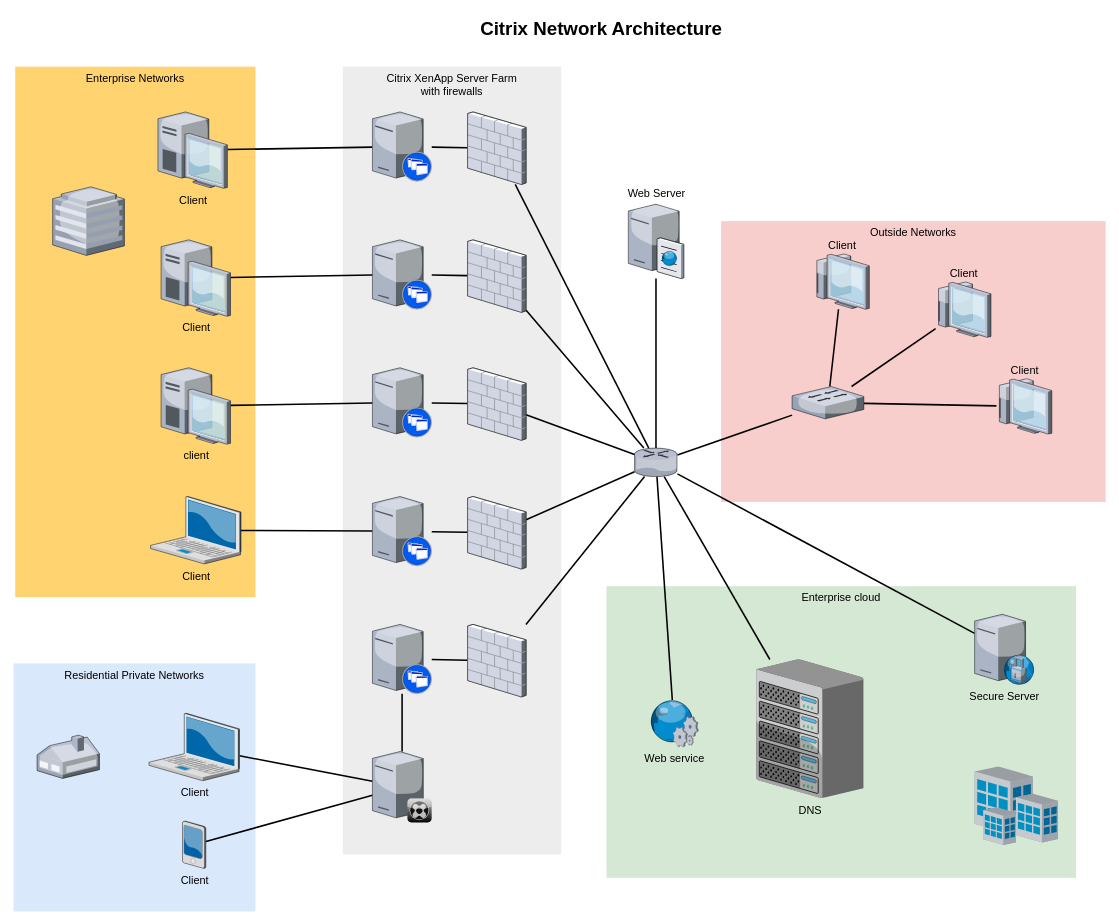
Above: Untitled Diagram.drawio in AnisseH/homelab-network-diagram (draw.io), before the change. Source tidied: cells renumbered, new cells numbered last; positions are measured from the earlier drawing's top-left corner, leaving out a move shared by most shapes. Both pictures are drawn from the tidied source at 78%, with x=0, y=0 at pixel (13, 13).
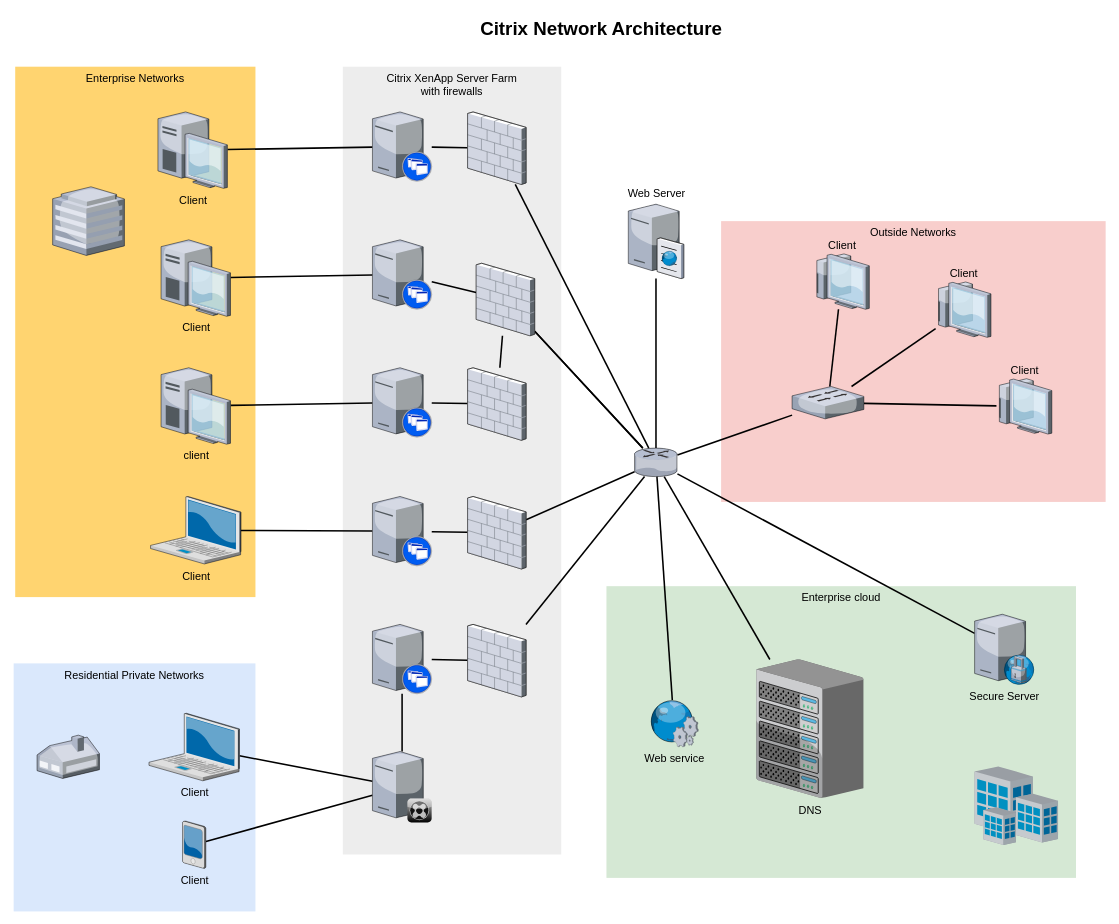
Above is the later version.

The change refers to these unchanged cells:
```xml
<mxCell id="33" style="verticalLabelPosition=bottom;html=1;verticalAlign=top;strokeColor=none;shape=mxgraph.citrix.router;fillColor=#66B2FF;gradientColor=#0066CC;fontSize=14;" parent="1" vertex="1">
  <mxGeometry x="796" y="557" width="55" height="36.5" as="geometry" />
</mxCell>
<mxCell id="43" style="verticalLabelPosition=bottom;html=1;verticalAlign=top;strokeColor=none;shape=mxgraph.citrix.firewall;fillColor=#66B2FF;gradientColor=#0066CC;fontSize=14;" parent="1" vertex="1">
  <mxGeometry x="582" y="454" width="75" height="93" as="geometry" />
</mxCell>
```

The edit, as a diff of the source:
```diff
@@
-    <mxCell id="41" style="verticalLabelPosition=bottom;html=1;verticalAlign=top;strokeColor=none;shape=mxgraph.citrix.firewall;fillColor=#66B2FF;gradientColor=#0066CC;fontSize=14;" parent="1" vertex="1">
-      <mxGeometry x="582" y="290" width="75" height="93" as="geometry" />
-    </mxCell>
-    <mxCell id="42" style="edgeStyle=none;rounded=0;html=1;startSize=10;endSize=10;jettySize=auto;fontSize=14;endArrow=none;endFill=0;strokeWidth=2;" parent="1" edge="1" source="43" target="33">
+    <mxCell id="42" style="edgeStyle=none;rounded=0;html=1;startSize=10;endSize=10;jettySize=auto;fontSize=14;endArrow=none;endFill=0;strokeWidth=2;" parent="1" edge="1" source="41" target="33">
       <mxGeometry relative="1" as="geometry" />
     </mxCell>
@@
+    <mxCell id="62" style="edgeStyle=none;rounded=0;html=1;startSize=10;endSize=10;jettySize=auto;fontSize=14;endArrow=none;endFill=0;strokeWidth=2;" parent="1" edge="1" source="43" target="41">
+      <mxGeometry relative="1" as="geometry" />
+    </mxCell>
+    <mxCell id="41" style="verticalLabelPosition=bottom;html=1;verticalAlign=top;strokeColor=none;shape=mxgraph.citrix.firewall;fillColor=#66B2FF;gradientColor=#0066CC;fontSize=14;" parent="1" vertex="1">
+      <mxGeometry x="593" y="320" width="75" height="93" as="geometry" />
+    </mxCell>
```
